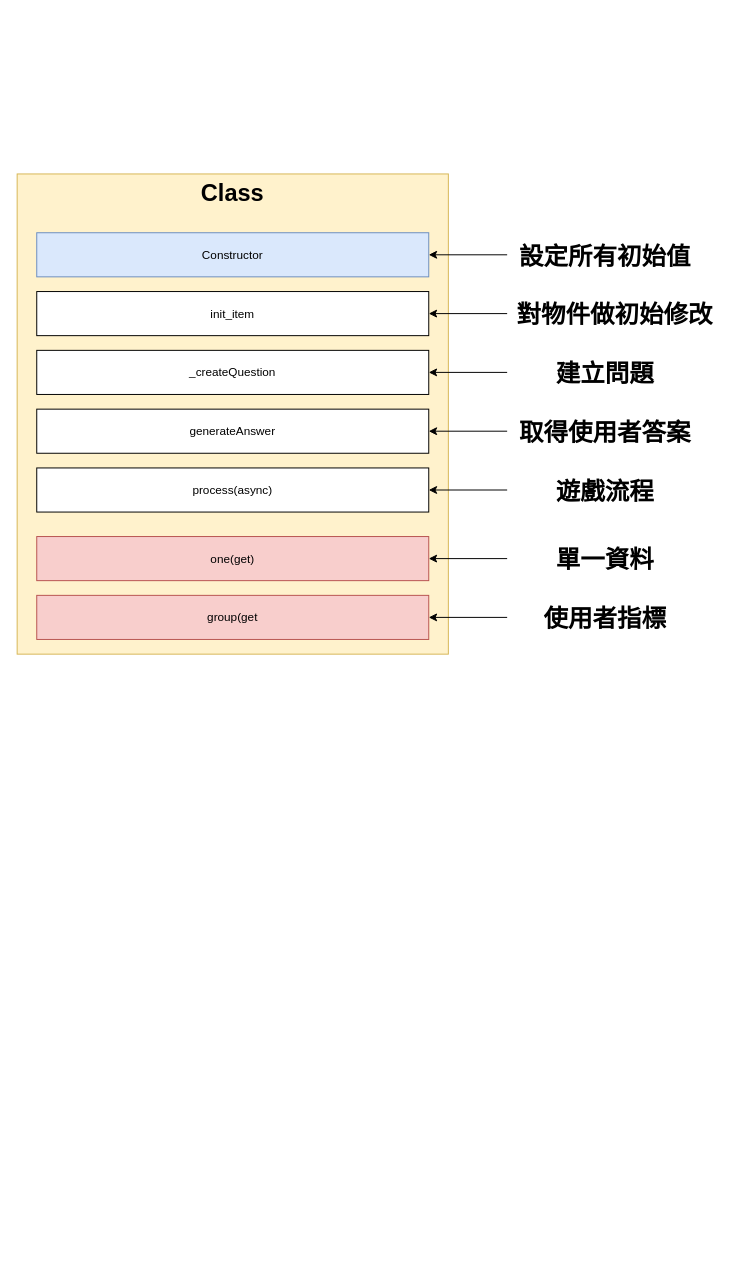
Before: Untitled Diagram.drawio in tarkers/Game_flow_chart, a draw.io diagram. Source tidied: cells renumbered, new cells numbered last; positions are measured from the earlier drawing's top-left corner, leaving out a move shared by most shapes. Both pictures are drawn from the tidied source at 98%, with x=0, y=0 at pixel (17, 173).
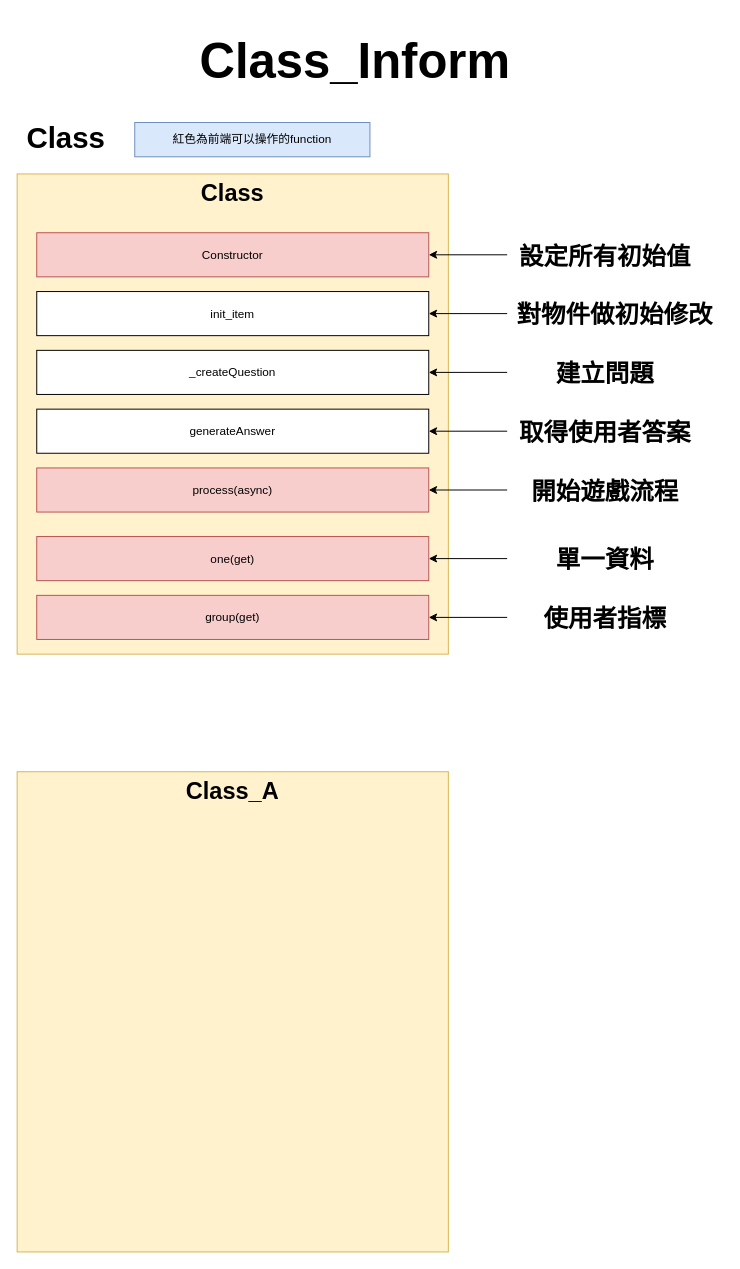
The same diagram, later.

Change to the diagram source:
```diff
@@
-    <mxCell id="3" value="Constructor" style="rounded=0;whiteSpace=wrap;html=1;align=center;fillColor=#dae8fc;strokeColor=#6c8ebf;" parent="1" vertex="1">
+    <mxCell id="3" value="Constructor" style="rounded=0;whiteSpace=wrap;html=1;align=center;fillColor=#f8cecc;strokeColor=#b85450;" parent="1" vertex="1">
       <mxGeometry x="20" y="60" width="400" height="45" as="geometry" />
     </mxCell>
@@
-    <mxCell id="7" value="process(async)" style="rounded=0;whiteSpace=wrap;html=1;align=center;" parent="1" vertex="1">
+    <mxCell id="7" value="process(async)" style="rounded=0;whiteSpace=wrap;html=1;align=center;fillColor=#f8cecc;strokeColor=#b85450;" parent="1" vertex="1">
       <mxGeometry x="20" y="300" width="400" height="45" as="geometry" />
     </mxCell>
@@
-    <mxCell id="9" value="group(get" style="rounded=0;whiteSpace=wrap;html=1;align=center;fillColor=#f8cecc;strokeColor=#b85450;" parent="1" vertex="1">
+    <mxCell id="9" value="group(get)" style="rounded=0;whiteSpace=wrap;html=1;align=center;fillColor=#f8cecc;strokeColor=#b85450;" parent="1" vertex="1">
       <mxGeometry x="20" y="430" width="400" height="45" as="geometry" />
     </mxCell>
@@
-    <mxCell id="17" value="&lt;font size=&quot;1&quot;&gt;&lt;b style=&quot;font-size: 25px&quot;&gt;遊戲流程&lt;/b&gt;&lt;/font&gt;" style="text;html=1;strokeColor=none;fillColor=none;align=center;verticalAlign=middle;whiteSpace=wrap;rounded=0;" parent="1" vertex="1">
+    <mxCell id="17" value="&lt;font size=&quot;1&quot;&gt;&lt;b style=&quot;font-size: 25px&quot;&gt;開始遊戲流程&lt;/b&gt;&lt;/font&gt;" style="text;html=1;strokeColor=none;fillColor=none;align=center;verticalAlign=middle;whiteSpace=wrap;rounded=0;" parent="1" vertex="1">
       <mxGeometry x="500" y="312.5" width="200" height="20" as="geometry" />
     </mxCell>
@@
+    <mxCell id="27" value="&lt;h1&gt;&lt;font style=&quot;font-size: 50px&quot;&gt;Class_Inform&lt;/font&gt;&lt;/h1&gt;" style="text;html=1;strokeColor=none;fillColor=none;spacing=5;spacingTop=-20;whiteSpace=wrap;overflow=hidden;rounded=0;align=center;" parent="1" vertex="1">
+      <mxGeometry x="160" y="-150" width="370" height="70" as="geometry" />
+    </mxCell>
+    <mxCell id="28" value="&lt;h1&gt;&lt;font style=&quot;font-size: 30px&quot;&gt;Class&lt;/font&gt;&lt;/h1&gt;" style="text;html=1;strokeColor=none;fillColor=none;spacing=5;spacingTop=-20;whiteSpace=wrap;overflow=hidden;rounded=0;align=center;" parent="1" vertex="1">
+      <mxGeometry y="-60" width="100" height="50" as="geometry" />
+    </mxCell>
+    <mxCell id="29" value="紅色為前端可以操作的function" style="text;html=1;strokeColor=#6c8ebf;fillColor=#dae8fc;align=center;verticalAlign=middle;whiteSpace=wrap;rounded=0;" parent="1" vertex="1">
+      <mxGeometry x="120" y="-52.5" width="240" height="35" as="geometry" />
+    </mxCell>
+    <mxCell id="30" value="&lt;h1&gt;Class_A&lt;/h1&gt;&lt;div&gt;&lt;br&gt;&lt;/div&gt;" style="text;html=1;strokeColor=#d6b656;fillColor=#fff2cc;spacing=5;spacingTop=-20;whiteSpace=wrap;overflow=hidden;rounded=0;align=center;" parent="1" vertex="1">
+      <mxGeometry y="610" width="440" height="490" as="geometry" />
+    </mxCell>
```
